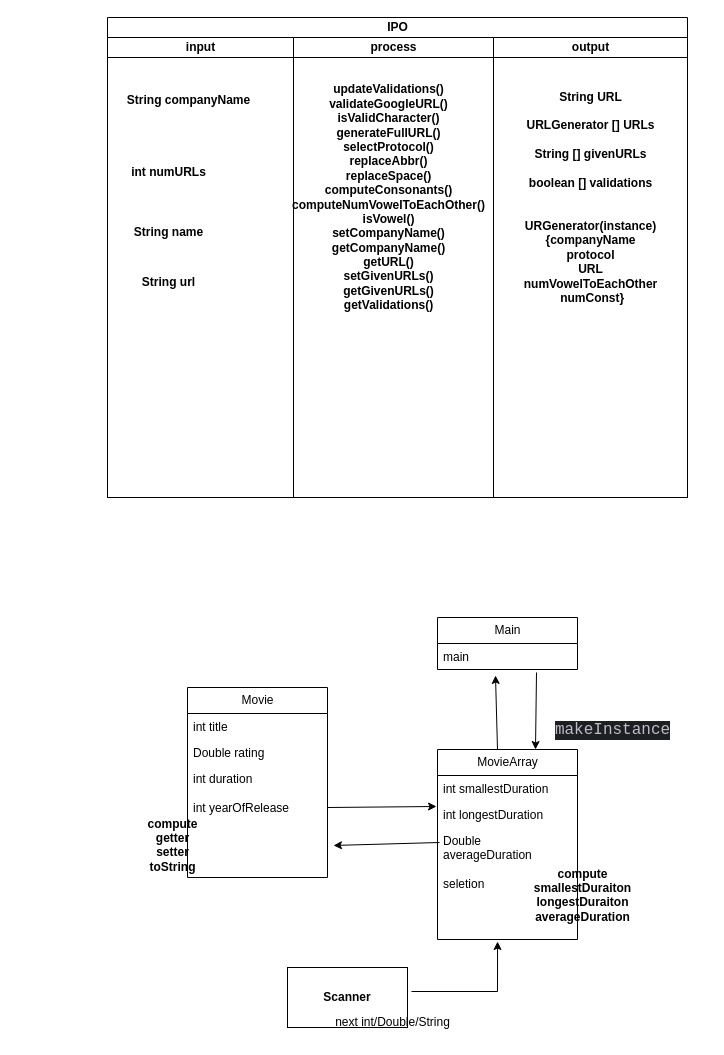
Earlier version of the draw.io diagram src/main_com_jeremy/CA/Untitled Diagram.drawio (Jeremywikim/Java_learning). Source tidied: cells renumbered, new cells numbered last; positions are measured from the earlier drawing's top-left corner, leaving out a move shared by most shapes. Both pictures are drawn from the tidied source at 100%, with x=0, y=0 at pixel (107, 17).
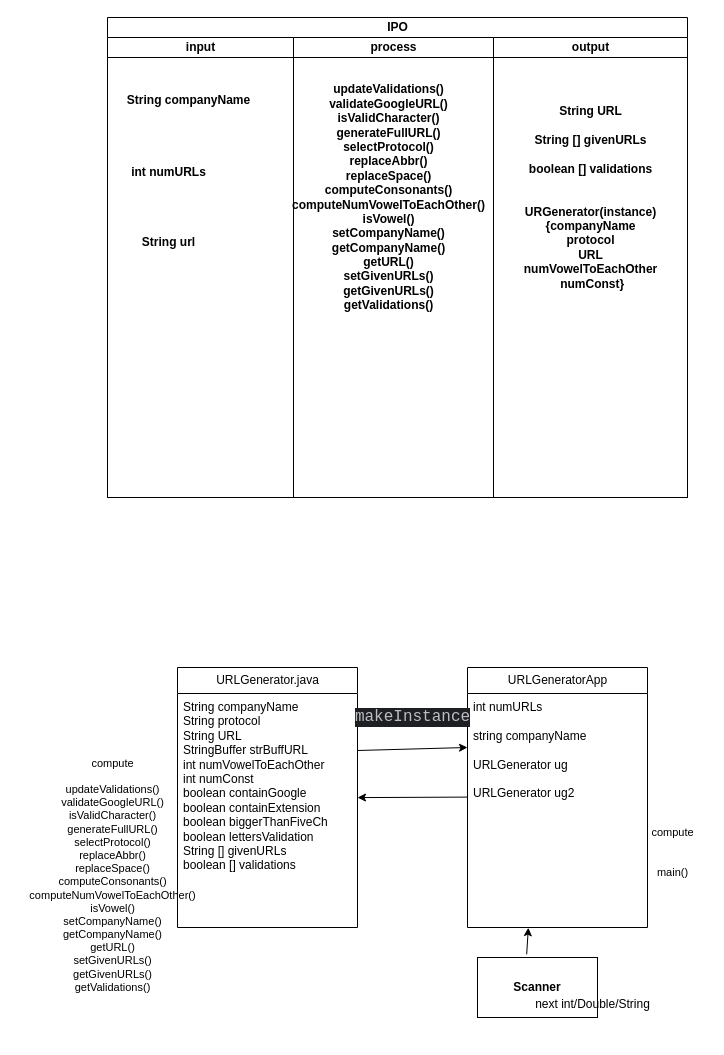
After the change.

The change refers to these unchanged cells:
```xml
<mxCell id="3" value="&lt;b&gt;input&lt;/b&gt;" style="swimlane;startSize=20;html=1;" parent="2" vertex="1">
  <mxGeometry y="20" width="186" height="460" as="geometry" />
</mxCell>
<mxCell id="10" value="output" style="swimlane;startSize=20;html=1;" parent="2" vertex="1">
  <mxGeometry x="386" y="20" width="194" height="460" as="geometry" />
</mxCell>
```

Diff of the diagram source:
```diff
@@
     <mxCell id="4" value="&lt;b&gt;String url&lt;br&gt;&lt;/b&gt;" style="text;html=1;align=center;verticalAlign=middle;strokeColor=none;fillColor=none;" parent="3" vertex="1">
-      <mxGeometry x="21" y="230" width="80" height="30" as="geometry" />
+      <mxGeometry x="21" y="190" width="80" height="30" as="geometry" />
     </mxCell>
-    <mxCell id="5" value="&lt;b&gt;String name&lt;br&gt;&lt;/b&gt;" style="text;html=1;align=center;verticalAlign=middle;strokeColor=none;fillColor=none;" parent="3" vertex="1">
-      <mxGeometry x="16" y="180" width="90" height="30" as="geometry" />
-    </mxCell>
@@
-    <mxCell id="11" value="&lt;div&gt;&lt;b&gt;String URL&lt;/b&gt;&lt;/div&gt;&lt;br&gt;&lt;div&gt;&lt;b&gt;URLGenerator [] URLs&lt;/b&gt;&lt;/div&gt;&lt;div&gt;&lt;b&gt;&lt;br&gt;&lt;/b&gt;&lt;/div&gt;&lt;div&gt;&lt;b&gt;String [] givenURLs&lt;/b&gt;&lt;/div&gt;&lt;div&gt;&lt;b&gt;&lt;br&gt;&lt;/b&gt;&lt;/div&gt;&lt;div&gt;&lt;b&gt;boolean [] validations&lt;br&gt;&lt;/b&gt;&lt;/div&gt;&lt;div&gt;&lt;b&gt;&lt;br&gt;&lt;/b&gt;&lt;/div&gt;&lt;div&gt;&lt;b&gt;&lt;br&gt;&lt;/b&gt;&lt;/div&gt;&lt;div&gt;&lt;b&gt;URGenerator(instance)&lt;/b&gt;&lt;/div&gt;&lt;div&gt;&lt;b&gt;{companyName&lt;/b&gt;&lt;/div&gt;&lt;div&gt;&lt;b&gt;protocol&lt;/b&gt;&lt;/div&gt;&lt;div&gt;&lt;b&gt;URL&lt;/b&gt;&lt;/div&gt;&lt;div&gt;&lt;b&gt;numVowelToEachOther&lt;/b&gt;&lt;/div&gt;&lt;div&gt;&lt;b&gt;&amp;nbsp;numConst}&lt;br&gt;&lt;/b&gt;&lt;/div&gt;" style="text;html=1;align=center;verticalAlign=middle;strokeColor=none;fillColor=none;" parent="10" vertex="1">
-      <mxGeometry x="17" y="45" width="160" height="230" as="geometry" />
+    <mxCell id="11" value="&lt;div&gt;&lt;b&gt;String URL&lt;/b&gt;&lt;/div&gt;&lt;div&gt;&lt;b&gt;&lt;br&gt;&lt;/b&gt;&lt;/div&gt;&lt;div&gt;&lt;b&gt;String [] givenURLs&lt;/b&gt;&lt;/div&gt;&lt;div&gt;&lt;b&gt;&lt;br&gt;&lt;/b&gt;&lt;/div&gt;&lt;div&gt;&lt;b&gt;boolean [] validations&lt;br&gt;&lt;/b&gt;&lt;/div&gt;&lt;div&gt;&lt;b&gt;&lt;br&gt;&lt;/b&gt;&lt;/div&gt;&lt;div&gt;&lt;b&gt;&lt;br&gt;&lt;/b&gt;&lt;/div&gt;&lt;div&gt;&lt;b&gt;URGenerator(instance)&lt;/b&gt;&lt;/div&gt;&lt;div&gt;&lt;b&gt;{companyName&lt;/b&gt;&lt;/div&gt;&lt;div&gt;&lt;b&gt;protocol&lt;/b&gt;&lt;/div&gt;&lt;div&gt;&lt;b&gt;URL&lt;/b&gt;&lt;/div&gt;&lt;div&gt;&lt;b&gt;numVowelToEachOther&lt;/b&gt;&lt;/div&gt;&lt;div&gt;&lt;b&gt;&amp;nbsp;numConst}&lt;br&gt;&lt;/b&gt;&lt;/div&gt;" style="text;html=1;align=center;verticalAlign=middle;strokeColor=none;fillColor=none;" parent="10" vertex="1">
+      <mxGeometry x="17" y="60" width="160" height="200" as="geometry" />
     </mxCell>
-    <mxCell id="12" value="Movie" style="swimlane;fontStyle=0;horizontal=1;startSize=26;fillColor=none;html=1;" parent="1" vertex="1">
-      <mxGeometry x="80" y="670" width="140" height="190" as="geometry" />
+    <mxCell id="12" value="URLGenerator.java" style="swimlane;fontStyle=0;horizontal=1;startSize=26;fillColor=none;html=1;" parent="1" vertex="1">
+      <mxGeometry x="70" y="650" width="180" height="260" as="geometry" />
     </mxCell>
-    <mxCell id="13" value="int title" style="text;strokeColor=none;fillColor=none;align=left;verticalAlign=top;spacingLeft=4;spacingRight=4;overflow=hidden;whiteSpace=wrap;html=1;" parent="12" vertex="1">
-      <mxGeometry y="26" width="140" height="26" as="geometry" />
+    <mxCell id="13" value="String companyName&lt;br&gt;String protocol&lt;br&gt;String URL&lt;br&gt;StringBuffer strBuffURL&lt;br&gt;int numVowelToEachOther&lt;br&gt;int numConst&lt;br&gt;boolean containGoogle&lt;br&gt;boolean containExtension&lt;br&gt;boolean biggerThanFiveCh&lt;br&gt;boolean lettersValidation&lt;br&gt;String [] givenURLs&lt;br&gt;boolean [] validations" style="text;strokeColor=none;fillColor=none;align=left;verticalAlign=top;spacingLeft=4;spacingRight=4;overflow=hidden;whiteSpace=wrap;html=1;" parent="12" vertex="1">
+      <mxGeometry y="26" width="180" height="234" as="geometry" />
     </mxCell>
-    <mxCell id="14" value="Double rating" style="text;strokeColor=none;fillColor=none;align=left;verticalAlign=top;spacingLeft=4;spacingRight=4;overflow=hidden;whiteSpace=wrap;html=1;" parent="12" vertex="1">
-      <mxGeometry y="52" width="140" height="26" as="geometry" />
-    </mxCell>
-    <mxCell id="15" value="&lt;div&gt;int duration&lt;/div&gt;&lt;div&gt;&lt;br&gt;&lt;/div&gt;&lt;div&gt;int yearOfRelease&lt;br&gt;&lt;/div&gt;" style="text;strokeColor=none;fillColor=none;align=left;verticalAlign=top;spacingLeft=4;spacingRight=4;overflow=hidden;points=[[0,0.5],[1,0.5]];portConstraint=eastwest;whiteSpace=wrap;html=1;" parent="12" vertex="1">
-      <mxGeometry y="78" width="140" height="112" as="geometry" />
-    </mxCell>
-    <mxCell id="16" value="Main" style="swimlane;fontStyle=0;horizontal=1;startSize=26;fillColor=none;html=1;" parent="1" vertex="1">
-      <mxGeometry x="330" y="600" width="140" height="52" as="geometry" />
-    </mxCell>
-    <mxCell id="17" value="main" style="text;strokeColor=none;fillColor=none;align=left;verticalAlign=top;spacingLeft=4;spacingRight=4;overflow=hidden;whiteSpace=wrap;html=1;" parent="16" vertex="1">
-      <mxGeometry y="26" width="140" height="26" as="geometry" />
-    </mxCell>
-    <mxCell id="18" value="MovieArray" style="swimlane;fontStyle=0;horizontal=1;startSize=26;fillColor=none;html=1;" parent="1" vertex="1">
-      <mxGeometry x="330" y="732" width="140" height="190" as="geometry" />
+    <mxCell id="18" value="URLGeneratorApp" style="swimlane;fontStyle=0;horizontal=1;startSize=26;fillColor=none;html=1;" parent="1" vertex="1">
+      <mxGeometry x="360" y="650" width="180" height="260" as="geometry" />
     </mxCell>
-    <mxCell id="19" value="int smallestDuration" style="text;strokeColor=none;fillColor=none;align=left;verticalAlign=top;spacingLeft=4;spacingRight=4;overflow=hidden;points=[[0,0.5],[1,0.5]];portConstraint=eastwest;whiteSpace=wrap;html=1;" parent="18" vertex="1">
-      <mxGeometry y="26" width="140" height="26" as="geometry" />
+    <mxCell id="19" value="&lt;div&gt;int numURLs&lt;/div&gt;&lt;div&gt;&lt;br&gt;&lt;/div&gt;&lt;div&gt;string companyName&lt;br&gt;&lt;/div&gt;&lt;div&gt;&lt;br&gt;&lt;/div&gt;&lt;div&gt;URLGenerator ug&lt;/div&gt;&lt;div&gt;&lt;br&gt;&lt;/div&gt;&lt;div&gt;URLGenerator ug2&lt;br&gt;&lt;/div&gt;" style="text;strokeColor=none;fillColor=none;align=left;verticalAlign=top;spacingLeft=4;spacingRight=4;overflow=hidden;points=[[0,0.5],[1,0.5]];portConstraint=eastwest;whiteSpace=wrap;html=1;" parent="18" vertex="1">
+      <mxGeometry y="26" width="180" height="234" as="geometry" />
     </mxCell>
-    <mxCell id="20" value="int longestDuration" style="text;strokeColor=none;fillColor=none;align=left;verticalAlign=top;spacingLeft=4;spacingRight=4;overflow=hidden;whiteSpace=wrap;html=1;" parent="18" vertex="1">
-      <mxGeometry y="52" width="140" height="26" as="geometry" />
-    </mxCell>
-    <mxCell id="21" value="&lt;div&gt;Double averageDuration&lt;/div&gt;&lt;div&gt;&lt;br&gt;&lt;/div&gt;&lt;div&gt;seletion&lt;br&gt;&lt;/div&gt;" style="text;strokeColor=none;fillColor=none;align=left;verticalAlign=top;spacingLeft=4;spacingRight=4;overflow=hidden;points=[[0,0.5],[1,0.5]];portConstraint=eastwest;whiteSpace=wrap;html=1;" parent="18" vertex="1">
-      <mxGeometry y="78" width="140" height="112" as="geometry" />
-    </mxCell>
-    <mxCell id="22" style="endArrow=classic;html=1;rounded=0;entryX=0.414;entryY=1.182;entryDx=0;entryDy=0;entryPerimeter=0;" parent="1" edge="1">
-      <mxGeometry relative="1" as="geometry">
-        <mxPoint x="390" y="732" as="sourcePoint" />
-        <mxPoint x="388" y="658" as="targetPoint" />
-      </mxGeometry>
-    </mxCell>
-    <mxCell id="23" style="endArrow=classic;html=1;rounded=0;entryX=-0.007;entryY=1.192;entryDx=0;entryDy=0;entryPerimeter=0;" parent="1" edge="1" target="19">
-      <mxGeometry relative="1" as="geometry">
-        <mxPoint x="220" y="790" as="sourcePoint" />
-      </mxGeometry>
-    </mxCell>
-    <mxCell id="24" style="endArrow=classic;html=1;rounded=0;exitX=0.014;exitY=0.134;exitDx=0;exitDy=0;exitPerimeter=0;entryX=1.043;entryY=0.714;entryDx=0;entryDy=0;entryPerimeter=0;" parent="1" edge="1" source="21" target="15">
-      <mxGeometry relative="1" as="geometry" />
+    <mxCell id="24" style="endArrow=classic;html=1;rounded=0;entryX=1.043;entryY=0.714;entryDx=0;entryDy=0;entryPerimeter=0;" parent="1" edge="1">
+      <mxGeometry relative="1" as="geometry">
+        <mxPoint x="360" y="779.6" as="sourcePoint" />
+        <mxPoint x="250" y="780.1" as="targetPoint" />
+      </mxGeometry>
     </mxCell>
-    <mxCell id="25" style="endArrow=classic;html=1;rounded=0;exitX=0.707;exitY=1.045;exitDx=0;exitDy=0;exitPerimeter=0;" parent="1" edge="1">
-      <mxGeometry relative="1" as="geometry">
-        <mxPoint x="429" y="655" as="sourcePoint" />
-        <mxPoint x="428" y="732" as="targetPoint" />
-      </mxGeometry>
-    </mxCell>
     <mxCell id="26" value="&lt;b&gt;Scanner&lt;/b&gt;" style="rounded=0;whiteSpace=wrap;html=1;" parent="1" vertex="1">
-      <mxGeometry x="180" y="950" width="120" height="60" as="geometry" />
+      <mxGeometry x="370" y="940" width="120" height="60" as="geometry" />
     </mxCell>
-    <mxCell id="27" style="endArrow=classic;html=1;rounded=0;exitX=1.033;exitY=0.4;exitDx=0;exitDy=0;exitPerimeter=0;entryX=0.429;entryY=1.018;entryDx=0;entryDy=0;entryPerimeter=0;" parent="1" edge="1" source="26" target="21">
-      <mxGeometry relative="1" as="geometry">
-        <Array as="points">
-          <mxPoint x="390" y="974" />
-        </Array>
-      </mxGeometry>
+    <mxCell id="27" style="endArrow=classic;html=1;rounded=0;exitX=0.41;exitY=-0.053;exitDx=0;exitDy=0;exitPerimeter=0;entryX=0.338;entryY=1.001;entryDx=0;entryDy=0;entryPerimeter=0;" parent="1" edge="1" source="26" target="19">
+      <mxGeometry relative="1" as="geometry" />
     </mxCell>
-    <mxCell id="28" value="&lt;div&gt;&lt;b&gt;compute&lt;/b&gt;&lt;/div&gt;&lt;div&gt;&lt;b&gt;getter&lt;/b&gt;&lt;/div&gt;&lt;div&gt;&lt;b&gt;setter&lt;/b&gt;&lt;/div&gt;&lt;div&gt;&lt;b&gt;toString&lt;br&gt;&lt;/b&gt;&lt;/div&gt;&lt;b&gt;&lt;br&gt;&lt;/b&gt;" style="text;html=1;align=center;verticalAlign=middle;strokeColor=none;fillColor=none;" parent="1" vertex="1">
-      <mxGeometry x="30" y="790" width="70" height="90" as="geometry" />
+    <mxCell id="28" value="&lt;div style=&quot;font-size: 11px;&quot;&gt;&lt;font style=&quot;font-size: 11px;&quot;&gt;compute&lt;/font&gt;&lt;/div&gt;&lt;div style=&quot;font-size: 11px;&quot;&gt;&lt;font style=&quot;font-size: 11px;&quot;&gt;&lt;br&gt;&lt;/font&gt;&lt;/div&gt;&lt;div style=&quot;font-size: 11px;&quot;&gt;&lt;font style=&quot;font-size: 11px;&quot;&gt;&lt;span style=&quot;&quot;&gt;updateValidations()&lt;br&gt;validateGoogleURL()&lt;br&gt;isValidCharacter()&lt;br&gt;generateFullURL()&lt;br&gt;selectProtocol()&lt;br&gt;replaceAbbr()&lt;br&gt;replaceSpace()&lt;br&gt;computeConsonants()&lt;br&gt;computeNumVowelToEachOther()&lt;br&gt;isVowel()&lt;br&gt;setCompanyName()&lt;br&gt;getCompanyName()&lt;br&gt;getURL()&lt;br&gt;setGivenURLs()&lt;br&gt;getGivenURLs()&lt;br&gt;getValidations()&lt;br&gt;&lt;/span&gt;&lt;/font&gt;&lt;/div&gt;&lt;font style=&quot;font-size: 11px;&quot;&gt;&lt;br&gt;&lt;/font&gt;" style="text;html=1;align=center;verticalAlign=middle;strokeColor=none;fillColor=none;" parent="1" vertex="1">
+      <mxGeometry x="-90" y="730" width="190" height="270" as="geometry" />
     </mxCell>
     <mxCell id="29" value="next int/Double/String" style="text;html=1;align=center;verticalAlign=middle;strokeColor=none;fillColor=none;" parent="1" vertex="1">
-      <mxGeometry x="220" y="990" width="130" height="30" as="geometry" />
+      <mxGeometry x="420" y="972" width="130" height="30" as="geometry" />
     </mxCell>
     <mxCell id="30" value="&lt;div style=&quot;background-color:#1e1f22;color:#bcbec4&quot;&gt;&lt;pre style=&quot;font-family:'JetBrains Mono',monospace;font-size:12.0pt;&quot;&gt;makeInstance&lt;/pre&gt;&lt;/div&gt;" style="text;html=1;align=center;verticalAlign=middle;strokeColor=none;fillColor=none;" parent="1" vertex="1">
-      <mxGeometry x="440" y="683" width="130" height="60" as="geometry" />
+      <mxGeometry x="240" y="670" width="130" height="60" as="geometry" />
     </mxCell>
-    <mxCell id="31" value="&lt;div&gt;&lt;b&gt;compute&lt;/b&gt;&lt;/div&gt;&lt;div&gt;&lt;b&gt;smallestDuraiton&lt;/b&gt;&lt;/div&gt;&lt;div&gt;&lt;b&gt;longestDuraiton&lt;/b&gt;&lt;/div&gt;&lt;div&gt;&lt;b&gt;averageDuration&lt;br&gt;&lt;/b&gt;&lt;/div&gt;&lt;b&gt;&lt;br&gt;&lt;/b&gt;" style="text;html=1;align=center;verticalAlign=middle;strokeColor=none;fillColor=none;" parent="1" vertex="1">
-      <mxGeometry x="415" y="840" width="120" height="90" as="geometry" />
-    </mxCell>
+    <mxCell id="32" style="endArrow=classic;html=1;rounded=0;exitX=1;exitY=0.5;exitDx=0;exitDy=0;" parent="1" edge="1">
+      <mxGeometry relative="1" as="geometry">
+        <mxPoint x="250" y="733" as="sourcePoint" />
+        <mxPoint x="360" y="730" as="targetPoint" />
+      </mxGeometry>
+    </mxCell>
+    <mxCell id="33" value="&lt;div style=&quot;font-size: 11px;&quot;&gt;&lt;font style=&quot;font-size: 11px;&quot;&gt;compute&lt;/font&gt;&lt;/div&gt;&lt;div style=&quot;font-size: 11px;&quot;&gt;&lt;font style=&quot;font-size: 11px;&quot;&gt;&lt;br&gt;&lt;/font&gt;&lt;/div&gt;&lt;div style=&quot;font-size: 11px;&quot;&gt;&lt;font style=&quot;font-size: 11px;&quot;&gt;&lt;span style=&quot;&quot;&gt;&lt;br&gt;&lt;/span&gt;&lt;/font&gt;&lt;/div&gt;&lt;font style=&quot;font-size: 11px;&quot;&gt;main()&lt;br&gt;&lt;/font&gt;" style="text;html=1;align=center;verticalAlign=middle;strokeColor=none;fillColor=none;" parent="1" vertex="1">
+      <mxGeometry x="530" y="800" width="70" height="70" as="geometry" />
+    </mxCell>
```
